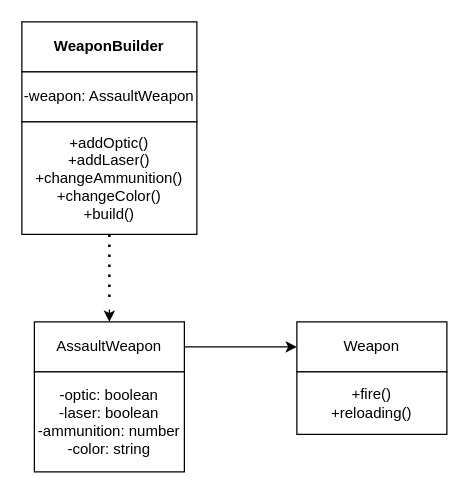
Above: 1_creational/builder.drawio in plnnsimon/patterns (draw.io), before the change. Source tidied: cells renumbered, new cells numbered last; positions are measured from the earlier drawing's top-left corner, leaving out a move shared by most shapes. Both pictures are drawn from the tidied source at 125%, with x=0, y=0 at pixel (21, 21).
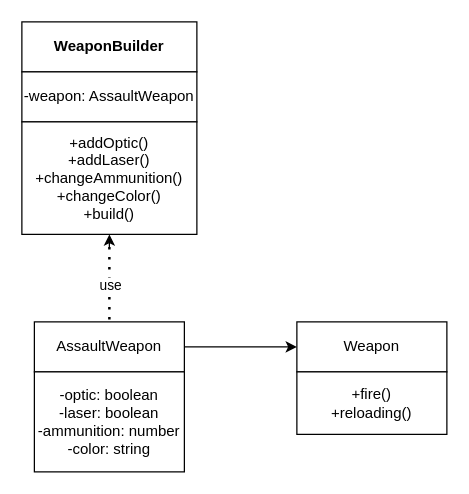
The same page after the edit.

Change to the diagram source:
```diff
@@
 <mxGraphModel>
   <root>
     <mxCell id="0" />
     <mxCell id="1" parent="0" />
     <mxCell id="2" value="&lt;b&gt;WeaponBuilder&lt;/b&gt;" style="rounded=0;whiteSpace=wrap;html=1;" parent="1" vertex="1">
       <mxGeometry width="140" height="40" as="geometry" />
     </mxCell>
     <mxCell id="3" value="-weapon: AssaultWeapon" style="rounded=0;whiteSpace=wrap;html=1;" parent="1" vertex="1">
       <mxGeometry y="40" width="140" height="40" as="geometry" />
     </mxCell>
     <mxCell id="4" value="+addOptic()&lt;br&gt;+addLaser()&lt;br&gt;+changeAmmunition()&lt;br&gt;+changeColor()&lt;br&gt;+build()" style="rounded=0;whiteSpace=wrap;html=1;" parent="1" vertex="1">
       <mxGeometry y="80" width="140" height="90" as="geometry" />
     </mxCell>
     <mxCell id="5" value="AssaultWeapon" style="rounded=0;whiteSpace=wrap;html=1;" parent="1" vertex="1">
       <mxGeometry x="10" y="240" width="120" height="40" as="geometry" />
     </mxCell>
     <mxCell id="6" value="-optic: boolean&lt;br&gt;-laser: boolean&lt;br&gt;-ammunition: number&lt;br&gt;-color: string" style="rounded=0;whiteSpace=wrap;html=1;" parent="1" vertex="1">
       <mxGeometry x="10" y="280" width="120" height="80" as="geometry" />
     </mxCell>
-    <mxCell id="7" style="endArrow=classic;html=1;entryX=0.5;entryY=0;entryDx=0;entryDy=0;" parent="1" edge="1" target="5">
+    <mxCell id="7" style="endArrow=classic;html=1;" parent="1" edge="1">
       <mxGeometry relative="1" as="geometry">
-        <mxPoint x="70" y="230" as="sourcePoint" />
+        <mxPoint x="70" y="180" as="sourcePoint" />
+        <mxPoint x="70" y="170" as="targetPoint" />
       </mxGeometry>
     </mxCell>
-    <mxCell id="8" style="endArrow=none;dashed=1;html=1;dashPattern=1 3;strokeWidth=2;exitX=0.5;exitY=1;exitDx=0;exitDy=0;" parent="1" edge="1" source="4">
+    <mxCell id="8" style="endArrow=none;dashed=1;html=1;dashPattern=1 3;strokeWidth=2;entryX=0.5;entryY=0;entryDx=0;entryDy=0;" parent="1" edge="1" target="5">
       <mxGeometry relative="1" as="geometry">
-        <mxPoint x="70" y="220" as="targetPoint" />
+        <mxPoint x="70" y="180" as="sourcePoint" />
+        <Array as="points">
+          <mxPoint x="70" y="210" />
+        </Array>
       </mxGeometry>
     </mxCell>
+    <mxCell id="12" value="use" style="edgeLabel;html=1;align=center;verticalAlign=middle;" parent="8" vertex="1">
+      <mxGeometry x="0.18" relative="1" as="geometry">
+        <mxPoint y="-5" as="offset" />
+      </mxGeometry>
+    </mxCell>
     <mxCell id="9" value="Weapon" style="rounded=0;whiteSpace=wrap;html=1;" parent="1" vertex="1">
       <mxGeometry x="220" y="240" width="120" height="40" as="geometry" />
     </mxCell>
     <mxCell id="10" value="+fire()&lt;br&gt;+reloading()" style="rounded=0;whiteSpace=wrap;html=1;" parent="1" vertex="1">
       <mxGeometry x="220" y="280" width="120" height="50" as="geometry" />
     </mxCell>
     <mxCell id="11" style="endArrow=classic;html=1;exitX=1;exitY=0.5;exitDx=0;exitDy=0;entryX=0;entryY=0.5;entryDx=0;entryDy=0;" parent="1" edge="1" source="5" target="9">
       <mxGeometry relative="1" as="geometry" />
     </mxCell>
   </root>
 </mxGraphModel>
```
